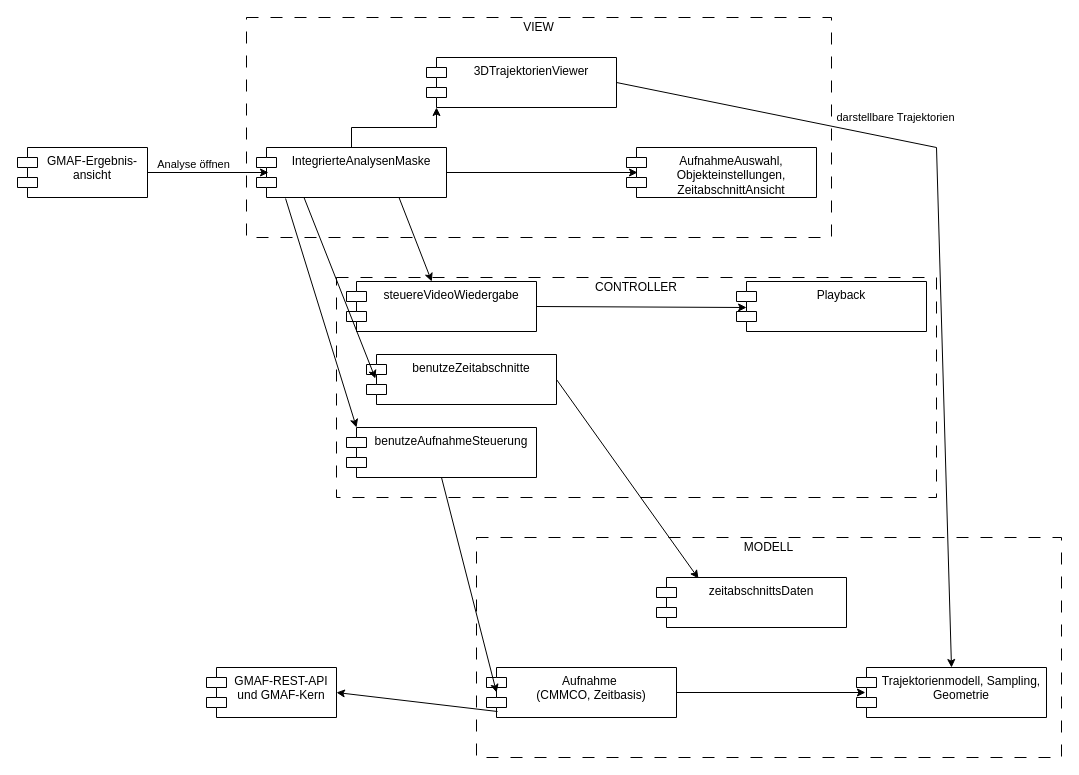
Earlier version of the draw.io diagram Komponentendiagramm.drawio (mfneu/fapra). Source tidied: cells renumbered, new cells numbered last; positions are measured from the earlier drawing's top-left corner, leaving out a move shared by most shapes. Both pictures are drawn from the tidied source at 100%, with x=0, y=0 at pixel (17, 17).
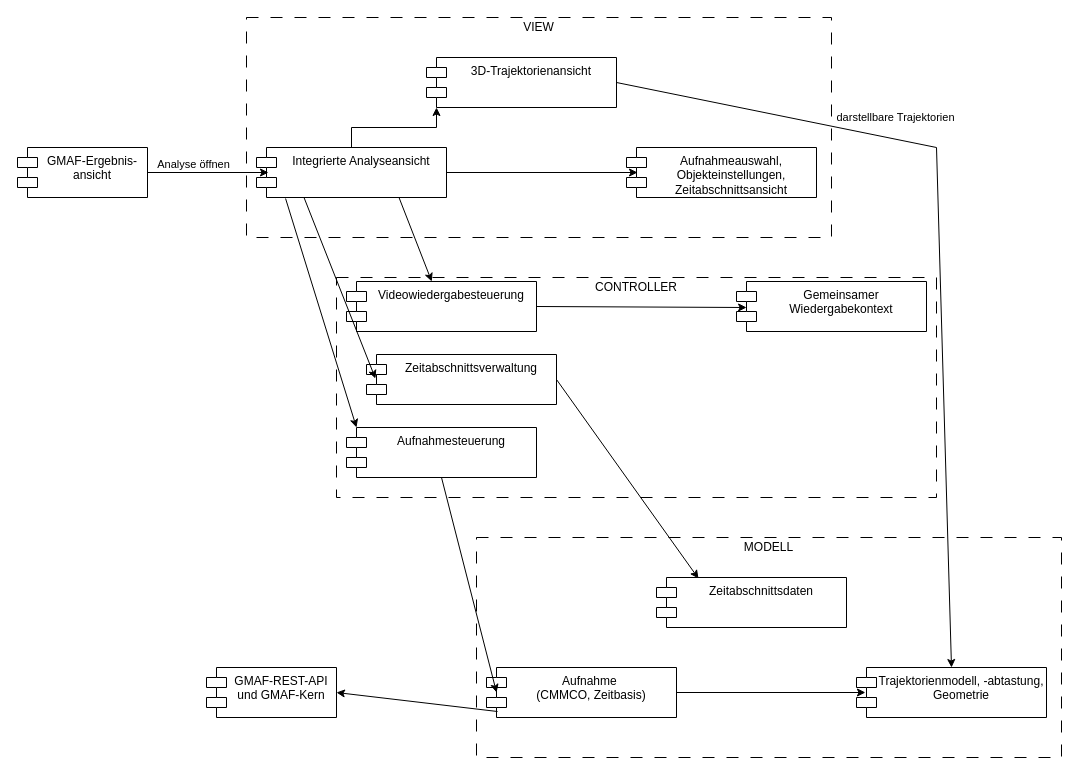
After the change.

Diff of the diagram source:
```diff
@@
-    <mxCell id="4" value="IntegrierteAnalysenMaske" style="shape=module;align=left;spacingLeft=20;align=center;verticalAlign=top;whiteSpace=wrap;html=1;" parent="1" vertex="1">
+    <mxCell id="4" value="Integrierte Analyseansicht" style="shape=module;align=left;spacingLeft=20;align=center;verticalAlign=top;whiteSpace=wrap;html=1;" parent="1" vertex="1">
       <mxGeometry x="239" y="130" width="190" height="50" as="geometry" />
     </mxCell>
-    <mxCell id="5" value="3DTrajektorienViewer" style="shape=module;align=left;spacingLeft=20;align=center;verticalAlign=top;whiteSpace=wrap;html=1;" parent="1" vertex="1">
+    <mxCell id="5" value="3D-Trajektorienansicht" style="shape=module;align=left;spacingLeft=20;align=center;verticalAlign=top;whiteSpace=wrap;html=1;" parent="1" vertex="1">
       <mxGeometry x="409" y="40" width="190" height="50" as="geometry" />
     </mxCell>
-    <mxCell id="6" value="AufnahmeAuswahl, Objekteinstellungen, ZeitabschnittAnsicht" style="shape=module;align=left;spacingLeft=20;align=center;verticalAlign=top;whiteSpace=wrap;html=1;" parent="1" vertex="1">
+    <mxCell id="6" value="Aufnahmeauswahl, Objekteinstellungen, Zeitabschnittsansicht" style="shape=module;align=left;spacingLeft=20;align=center;verticalAlign=top;whiteSpace=wrap;html=1;" parent="1" vertex="1">
       <mxGeometry x="609" y="130" width="190" height="50" as="geometry" />
     </mxCell>
@@
-    <mxCell id="8" value="steuereVideoWiedergabe" style="shape=module;align=left;spacingLeft=20;align=center;verticalAlign=top;whiteSpace=wrap;html=1;" parent="1" vertex="1">
+    <mxCell id="8" value="Videowiedergabesteuerung" style="shape=module;align=left;spacingLeft=20;align=center;verticalAlign=top;whiteSpace=wrap;html=1;" parent="1" vertex="1">
       <mxGeometry x="329" y="264" width="190" height="50" as="geometry" />
     </mxCell>
-    <mxCell id="9" value="benutzeZeitabschnitte" style="shape=module;align=left;spacingLeft=20;align=center;verticalAlign=top;whiteSpace=wrap;html=1;" parent="1" vertex="1">
+    <mxCell id="9" value="Zeitabschnittsverwaltung" style="shape=module;align=left;spacingLeft=20;align=center;verticalAlign=top;whiteSpace=wrap;html=1;" parent="1" vertex="1">
       <mxGeometry x="349" y="337" width="190" height="50" as="geometry" />
     </mxCell>
-    <mxCell id="10" value="Playback" style="shape=module;align=left;spacingLeft=20;align=center;verticalAlign=top;whiteSpace=wrap;html=1;" parent="1" vertex="1">
+    <mxCell id="10" value="Gemeinsamer Wiedergabekontext" style="shape=module;align=left;spacingLeft=20;align=center;verticalAlign=top;whiteSpace=wrap;html=1;" parent="1" vertex="1">
       <mxGeometry x="719" y="264" width="190" height="50" as="geometry" />
     </mxCell>
-    <mxCell id="11" value="benutzeAufnahmeSteuerung" style="shape=module;align=left;spacingLeft=20;align=center;verticalAlign=top;whiteSpace=wrap;html=1;" parent="1" vertex="1">
+    <mxCell id="11" value="Aufnahmesteuerung" style="shape=module;align=left;spacingLeft=20;align=center;verticalAlign=top;whiteSpace=wrap;html=1;" parent="1" vertex="1">
       <mxGeometry x="329" y="410" width="190" height="50" as="geometry" />
     </mxCell>
@@
-    <mxCell id="14" value="zeitabschnittsDaten" style="shape=module;align=left;spacingLeft=20;align=center;verticalAlign=top;whiteSpace=wrap;html=1;" parent="1" vertex="1">
+    <mxCell id="14" value="Zeitabschnittsdaten" style="shape=module;align=left;spacingLeft=20;align=center;verticalAlign=top;whiteSpace=wrap;html=1;" parent="1" vertex="1">
       <mxGeometry x="639" y="560" width="190" height="50" as="geometry" />
     </mxCell>
-    <mxCell id="15" value="Trajektorienmodell, Sampling, Geometrie" style="shape=module;align=left;spacingLeft=20;align=center;verticalAlign=top;whiteSpace=wrap;html=1;" parent="1" vertex="1">
+    <mxCell id="15" value="Trajektorienmodell, -abtastung, Geometrie" style="shape=module;align=left;spacingLeft=20;align=center;verticalAlign=top;whiteSpace=wrap;html=1;" parent="1" vertex="1">
       <mxGeometry x="839" y="650" width="190" height="50" as="geometry" />
     </mxCell>
```
